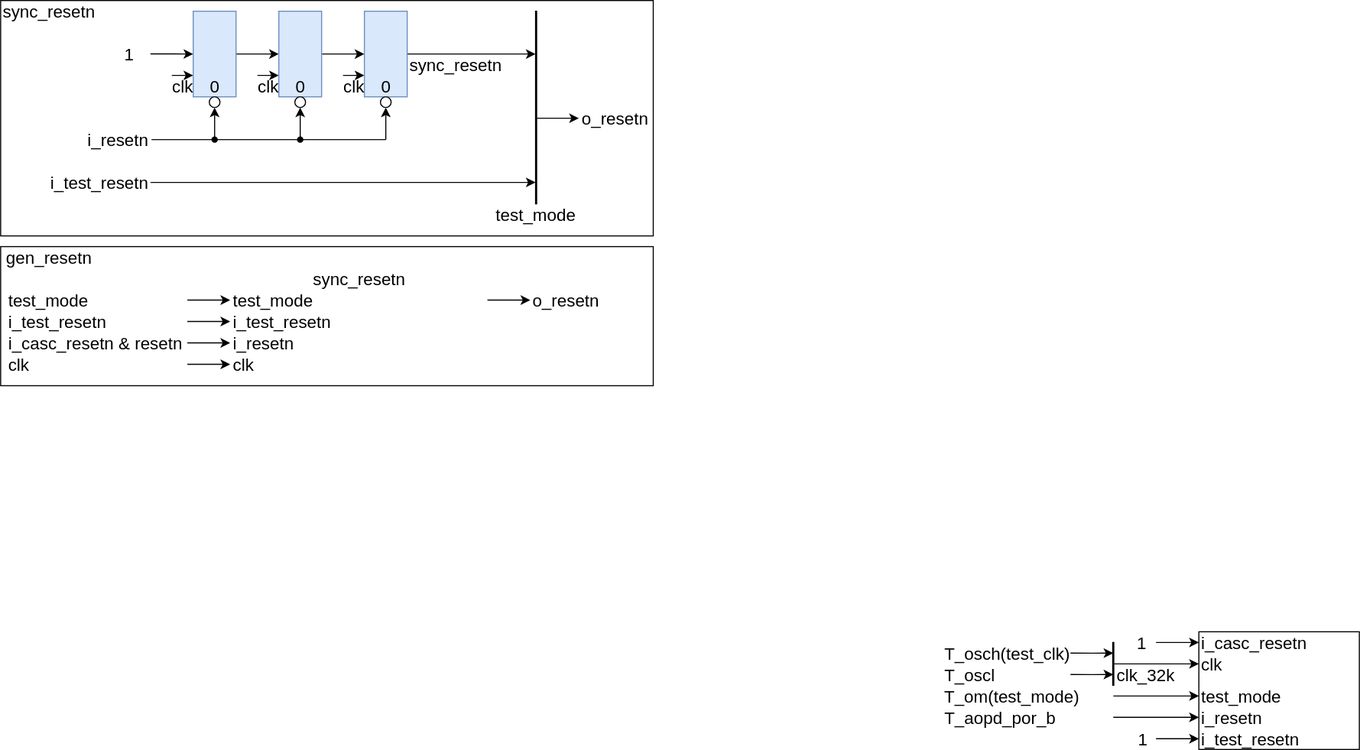
Before: de/platform_clk_resetn_gen/platform_resetn/include/resetn_design 1.svg, a diagram exported from draw.io (jnjnliwenjie0022/obs). Source tidied: cells renumbered, new cells last; positions are measured from the earlier drawing's top-left corner, leaving out a move shared by most shapes.
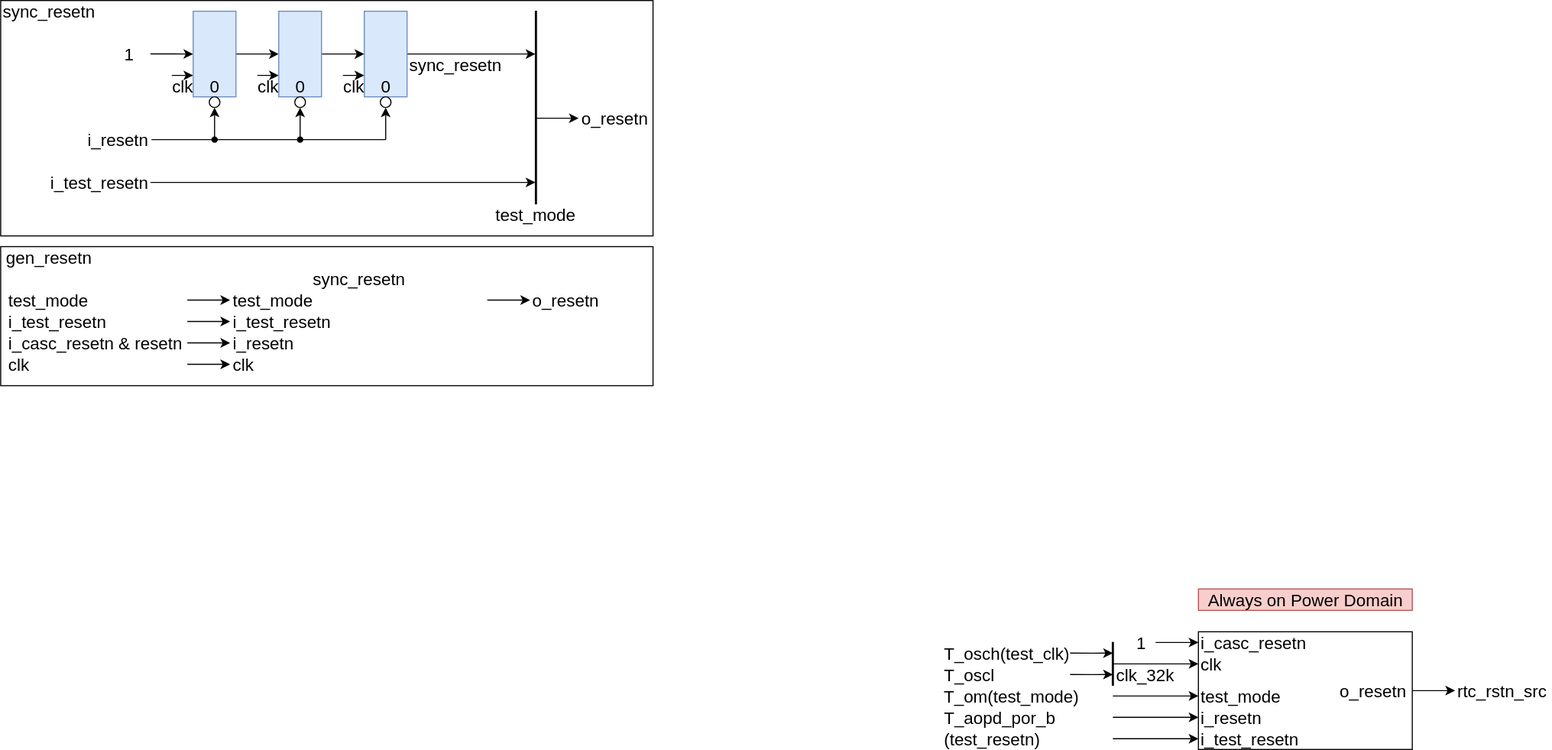
Later version of the same file.

Commit message:
vault backup: 2025-10-16 17:59:24

What changed in the source:
```diff
@@ -234,8 +234,13 @@
     <mxCell id="63" value="clk_32k" style="rounded=0;whiteSpace=wrap;html=1;fontSize=16;fillColor=none;strokeColor=none;align=left;" parent="1" vertex="1">
       <mxGeometry x="1041" y="620" width="80" height="20" as="geometry" />
     </mxCell>
+    <mxCell id="76" style="edgeStyle=orthogonalEdgeStyle;rounded=0;jettySize=auto;html=1;" parent="1" edge="1" source="64">
+      <mxGeometry relative="1" as="geometry">
+        <mxPoint x="1360" y="645" as="targetPoint" />
+      </mxGeometry>
+    </mxCell>
     <mxCell id="64" style="rounded=0;whiteSpace=wrap;html=1;fontSize=16;" parent="1" vertex="1">
-      <mxGeometry x="1120" y="590" width="150" height="110" as="geometry" />
+      <mxGeometry x="1120" y="590" width="200" height="110" as="geometry" />
     </mxCell>
     <mxCell id="65" style="edgeStyle=orthogonalEdgeStyle;rounded=0;orthogonalLoop=1;jettySize=auto;html=1;" parent="1" edge="1">
       <mxGeometry relative="1" as="geometry">
@@ -275,12 +280,21 @@
     </mxCell>
     <mxCell id="74" style="edgeStyle=orthogonalEdgeStyle;rounded=0;orthogonalLoop=1;jettySize=auto;html=1;" parent="1" edge="1">
       <mxGeometry relative="1" as="geometry">
-        <mxPoint x="1080" y="690" as="sourcePoint" />
+        <mxPoint x="1040" y="690" as="sourcePoint" />
         <mxPoint x="1120" y="690" as="targetPoint" />
       </mxGeometry>
     </mxCell>
-    <mxCell id="75" value="1" style="rounded=0;whiteSpace=wrap;html=1;fontSize=16;fillColor=none;strokeColor=none;align=left;" parent="1" vertex="1">
-      <mxGeometry x="1061" y="680" width="19" height="20" as="geometry" />
-    </mxCell>
+    <mxCell id="77" value="o_resetn" style="rounded=0;whiteSpace=wrap;html=1;fontSize=16;fillColor=none;strokeColor=none;align=left;" parent="1" vertex="1">
+      <mxGeometry x="1250" y="635" width="70" height="20" as="geometry" />
+    </mxCell>
+    <mxCell id="78" value="(test_resetn)" style="rounded=0;whiteSpace=wrap;html=1;fontSize=16;fillColor=none;strokeColor=none;align=left;" parent="1" vertex="1">
+      <mxGeometry x="880" y="680" width="130" height="20" as="geometry" />
+    </mxCell>
+    <mxCell id="79" value="rtc_rstn_src" style="rounded=0;whiteSpace=wrap;html=1;fontSize=16;fillColor=none;strokeColor=none;align=left;" parent="1" vertex="1">
+      <mxGeometry x="1360" y="635" width="90" height="20" as="geometry" />
+    </mxCell>
+    <mxCell id="80" value="Always on Power Domain" style="rounded=0;whiteSpace=wrap;html=1;fontSize=16;fillColor=#f8cecc;strokeColor=#b85450;align=center;" parent="1" vertex="1">
+      <mxGeometry x="1120" y="550" width="200" height="20" as="geometry" />
+    </mxCell>
   </root>
 </mxGraphModel>
```
